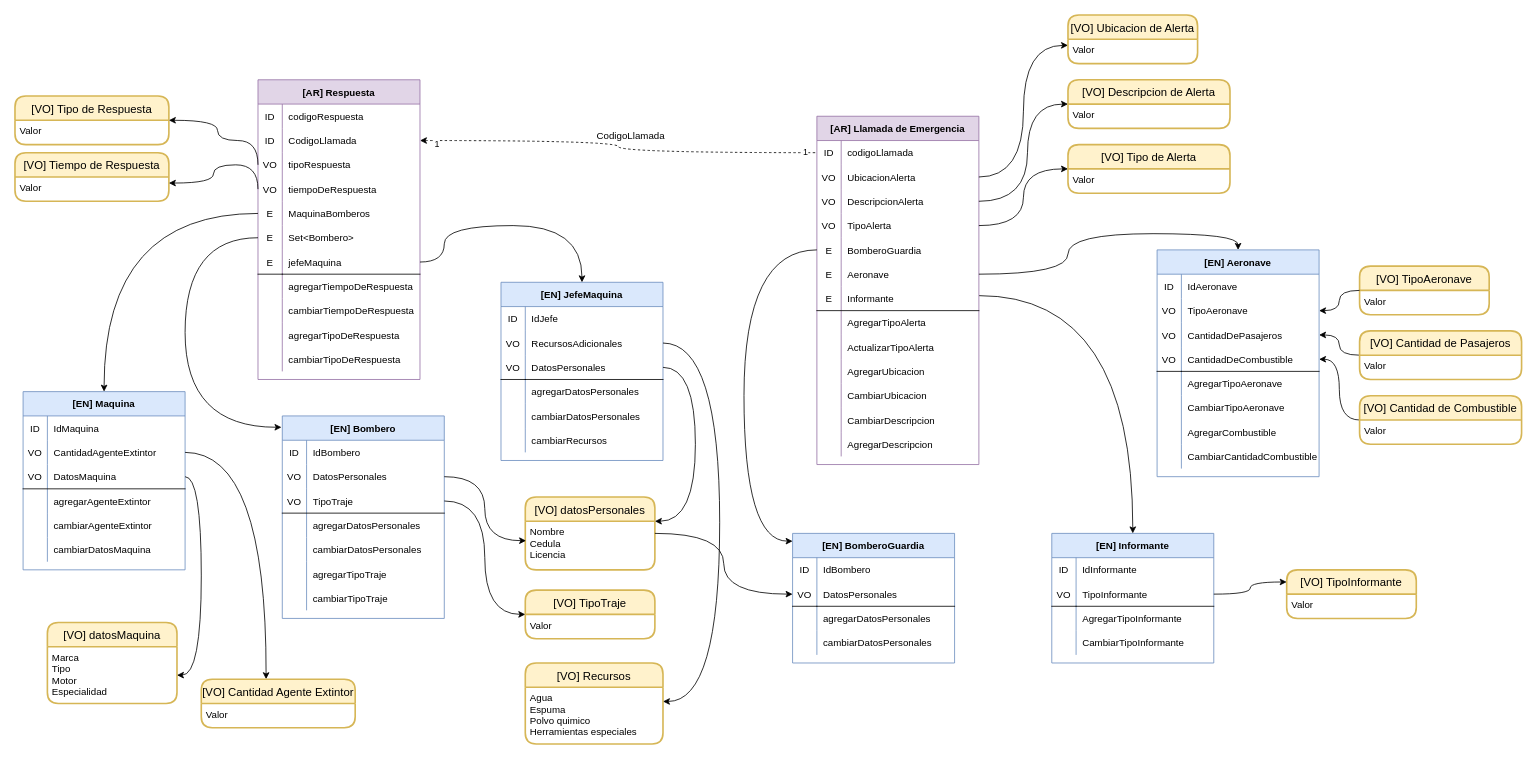
maxdarkx/Desafio_ModeloDominio_RespuestaEmergencia keeps this draw.io diagram as page "domain_model" (3 of 3) of Modelo de Dominio/modelo.drawio. Above is the earlier version. Source tidied: cells renumbered, new cells numbered last; positions are measured from the earlier drawing's top-left corner, leaving out a move shared by most shapes. Both pictures are drawn from the tidied source at 81%, with x=0, y=0 at pixel (15, 15).
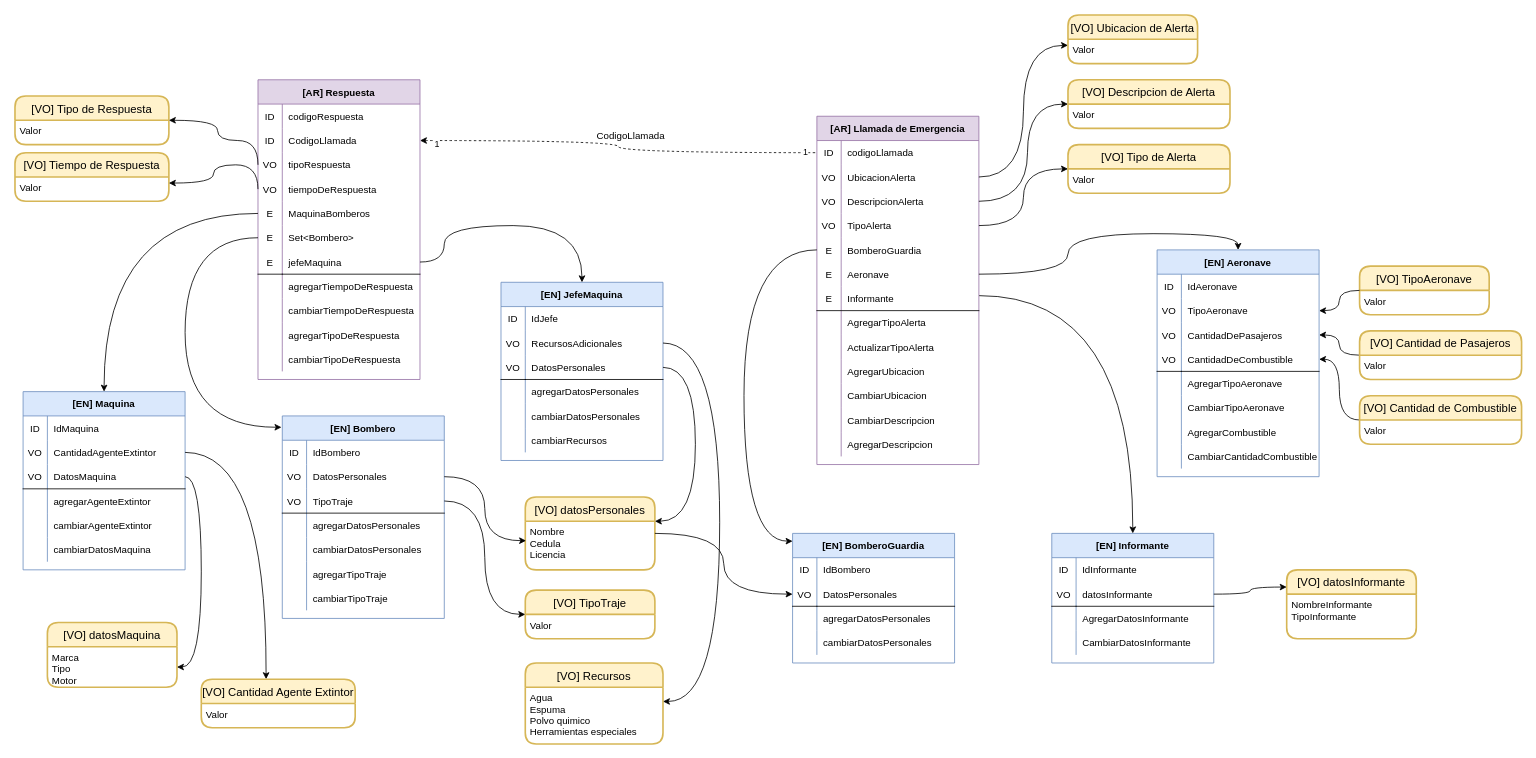
Above is the later version.

The change refers to these unchanged cells:
```xml
<mxCell id="164" style="shape=partialRectangle;fillColor=none;top=0;left=0;bottom=0;right=0;points=[[0,0.5],[1,0.5]];portConstraint=eastwest;" parent="160" vertex="1">
  <mxGeometry y="60" width="200" height="30" as="geometry" />
</mxCell>
<mxCell id="167" style="shape=partialRectangle;fillColor=none;top=0;left=0;bottom=0;right=0;" parent="160" vertex="1">
  <mxGeometry y="90" width="200" height="30" as="geometry" />
</mxCell>
<mxCell id="170" style="shape=partialRectangle;fillColor=none;top=0;left=0;bottom=0;right=0;" parent="160" vertex="1">
  <mxGeometry y="120" width="200" height="30" as="geometry" />
</mxCell>
```

Change to the diagram source:
```diff
@@
     <mxCell id="154" value="[VO] datosMaquina" style="swimlane;horizontal=1;startSize=30;rounded=1;fontSize=14;fontStyle=0;strokeWidth=2;shadow=0;dashed=0;align=center;fillColor=#fff2cc;strokeColor=#d6b656;" parent="1" vertex="1">
-      <mxGeometry x="40" y="750" width="160" height="100" as="geometry" />
+      <mxGeometry x="40" y="750" width="160" height="80" as="geometry" />
     </mxCell>
-    <mxCell id="155" value="Marca&#10;Tipo&#10;Motor&#10;Especialidad" style="align=left;strokeColor=none;fillColor=none;spacingLeft=4;fontSize=12;verticalAlign=top;" parent="154" vertex="1">
-      <mxGeometry y="30" width="160" height="70" as="geometry" />
+    <mxCell id="155" value="Marca&#10;Tipo&#10;Motor" style="align=left;strokeColor=none;fillColor=none;spacingLeft=4;fontSize=12;verticalAlign=top;" parent="154" vertex="1">
+      <mxGeometry y="30" width="160" height="50" as="geometry" />
     </mxCell>
@@
-    <mxCell id="166" value="TipoInformante" style="shape=partialRectangle;fillColor=none;top=0;left=0;bottom=1;right=0;align=left;spacingLeft=6;overflow=hidden;" parent="164" vertex="1">
+    <mxCell id="166" value="datosInformante" style="shape=partialRectangle;fillColor=none;top=0;left=0;bottom=1;right=0;align=left;spacingLeft=6;overflow=hidden;" parent="164" vertex="1">
       <mxGeometry x="30" width="170" height="30" as="geometry" />
     </mxCell>
@@
-    <mxCell id="169" value="AgregarTipoInformante" style="shape=partialRectangle;fillColor=none;top=0;left=0;bottom=0;right=0;align=left;spacingLeft=6;overflow=hidden;" parent="167" vertex="1">
+    <mxCell id="169" value="AgregarDatosInformante" style="shape=partialRectangle;fillColor=none;top=0;left=0;bottom=0;right=0;align=left;spacingLeft=6;overflow=hidden;" parent="167" vertex="1">
       <mxGeometry x="30" width="170" height="30" as="geometry" />
     </mxCell>
@@
-    <mxCell id="172" value="CambiarTipoInformante" style="shape=partialRectangle;fillColor=none;top=0;left=0;bottom=0;right=0;align=left;spacingLeft=6;overflow=hidden;" parent="170" vertex="1">
+    <mxCell id="172" value="CambiarDatosInformante" style="shape=partialRectangle;fillColor=none;top=0;left=0;bottom=0;right=0;align=left;spacingLeft=6;overflow=hidden;" parent="170" vertex="1">
       <mxGeometry x="30" width="170" height="30" as="geometry" />
     </mxCell>
@@
-    <mxCell id="211" value="[VO] TipoInformante" style="swimlane;horizontal=1;startSize=30;rounded=1;fontSize=14;fontStyle=0;strokeWidth=2;shadow=0;dashed=0;align=center;fillColor=#fff2cc;strokeColor=#d6b656;" parent="1" vertex="1">
-      <mxGeometry x="1570" y="685" width="160" height="60" as="geometry" />
+    <mxCell id="211" value="[VO] datosInformante" style="swimlane;horizontal=1;startSize=30;rounded=1;fontSize=14;fontStyle=0;strokeWidth=2;shadow=0;dashed=0;align=center;fillColor=#fff2cc;strokeColor=#d6b656;" parent="1" vertex="1">
+      <mxGeometry x="1570" y="685" width="160" height="85" as="geometry" />
     </mxCell>
-    <mxCell id="212" value="Valor" style="align=left;strokeColor=none;fillColor=none;spacingLeft=4;fontSize=12;verticalAlign=top;" parent="211" vertex="1">
-      <mxGeometry y="30" width="160" height="30" as="geometry" />
+    <mxCell id="212" value="NombreInformante&#10;TipoInformante" style="align=left;strokeColor=none;fillColor=none;spacingLeft=4;fontSize=12;verticalAlign=top;" parent="211" vertex="1">
+      <mxGeometry y="30" width="160" height="55" as="geometry" />
     </mxCell>
```
